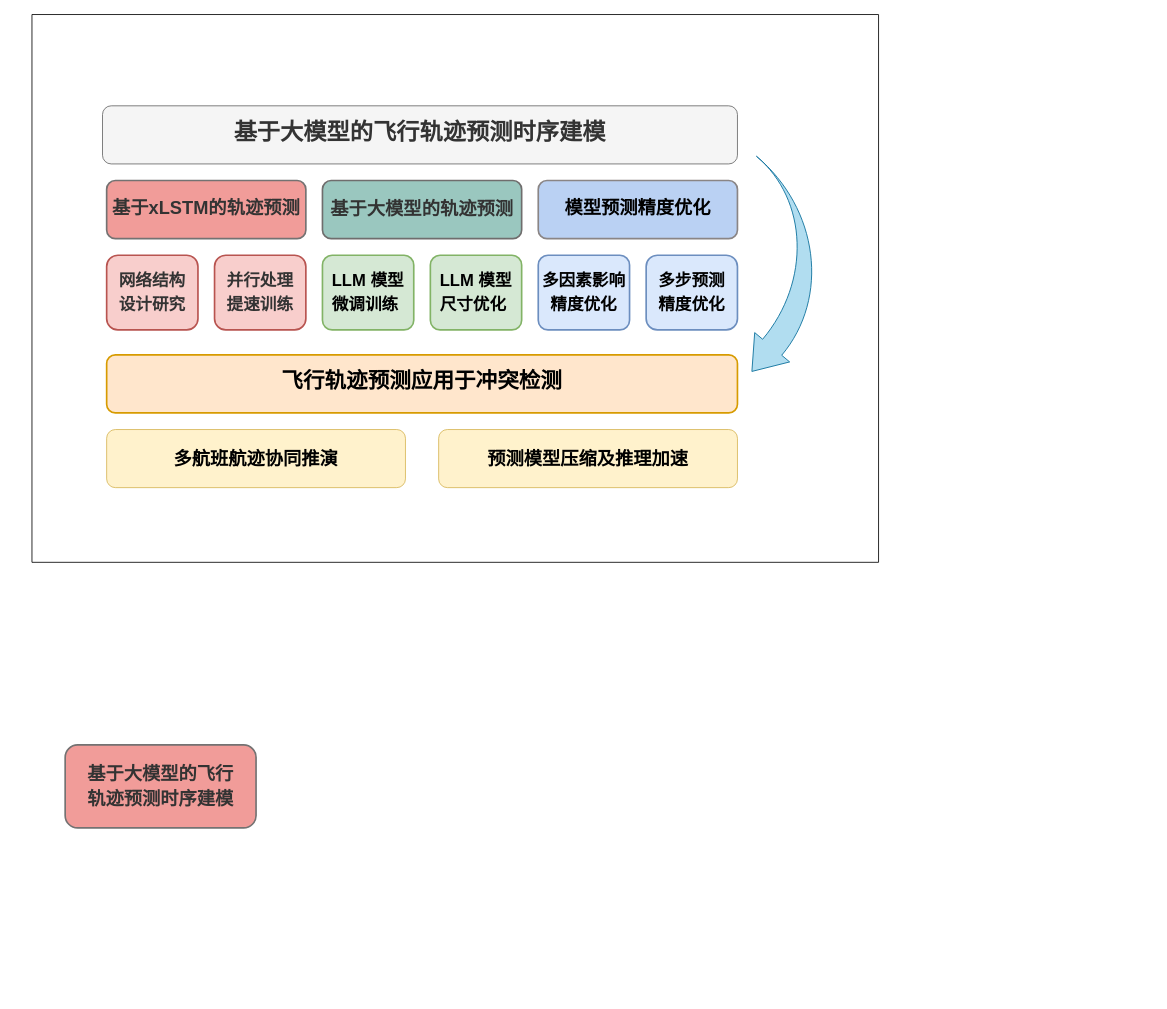
MMMayongtian/myDraw keeps this draw.io diagram as 未命名绘图.drawio. Above is the earlier version. Source tidied: cells renumbered, new cells numbered last; positions are measured from the earlier drawing's top-left corner, leaving out a move shared by most shapes. Both pictures are drawn from the tidied source at 83%, with x=0, y=0 at pixel (32, 14).
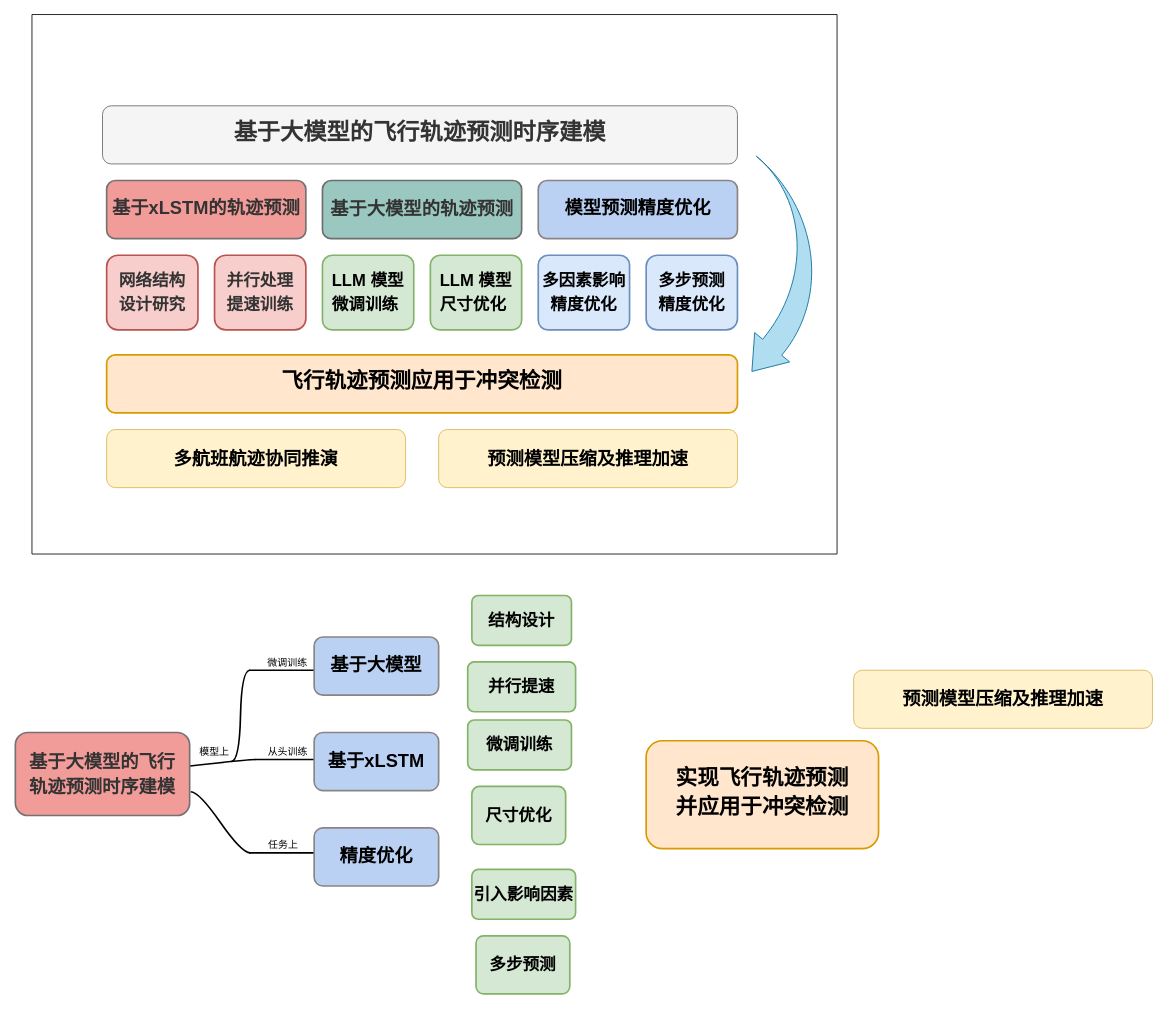
The same diagram, later.

Commit message (it also covers changes not shown here):
更新未命名绘图.drawio

Diff of the diagram source:
```diff
@@
     <mxCell id="2" style="verticalLabelPosition=bottom;verticalAlign=top;html=1;shape=mxgraph.basic.rect;fillColor2=none;strokeWidth=1;size=20;indent=5;" parent="1" vertex="1">
-      <mxGeometry width="1020" height="660" as="geometry" />
+      <mxGeometry width="970" height="650" as="geometry" />
     </mxCell>
@@
+    <mxCell id="18" value="&lt;div style=&quot;font-size: medium; text-align: start;&quot;&gt;&lt;/div&gt;&lt;div style=&quot;font-size: 20px; text-align: start;&quot; class=&quot;document&quot;&gt;&lt;div class=&quot;section&quot;&gt;&lt;p style=&quot;margin: 0pt; text-align: justify; line-height: 22pt;&quot; class=&quot;paragraph text-align-type-justify&quot;&gt;&lt;font face=&quot;宋体&quot;&gt;&lt;b&gt;结构设计&lt;/b&gt;&lt;/font&gt;&lt;/p&gt;&lt;/div&gt;&lt;/div&gt;" style="rounded=1;whiteSpace=wrap;html=1;fillColor=#d5e8d4;strokeColor=#82b366;arcSize=13;strokeWidth=2;" parent="1" vertex="1">
+      <mxGeometry x="530" y="700" width="120" height="60" as="geometry" />
+    </mxCell>
+    <mxCell id="19" value="&lt;div style=&quot;font-size: medium; text-align: start;&quot;&gt;&lt;/div&gt;&lt;div style=&quot;font-size: 20px; text-align: start;&quot; class=&quot;document&quot;&gt;&lt;div class=&quot;section&quot;&gt;&lt;p style=&quot;margin: 0pt; text-align: justify; line-height: 22pt;&quot; class=&quot;paragraph text-align-type-justify&quot;&gt;&lt;font face=&quot;宋体&quot;&gt;&lt;b&gt;并行提速&lt;/b&gt;&lt;/font&gt;&lt;/p&gt;&lt;/div&gt;&lt;/div&gt;" style="rounded=1;whiteSpace=wrap;html=1;fillColor=#d5e8d4;strokeColor=#82b366;arcSize=13;strokeWidth=2;" parent="1" vertex="1">
+      <mxGeometry x="525" y="780" width="130" height="60" as="geometry" />
+    </mxCell>
+    <mxCell id="20" value="&lt;div style=&quot;font-size: medium; text-align: start;&quot;&gt;&lt;/div&gt;&lt;div style=&quot;font-size: 20px; text-align: start;&quot; class=&quot;document&quot;&gt;&lt;div class=&quot;section&quot;&gt;&lt;p style=&quot;margin: 0pt; text-align: justify; line-height: 22pt;&quot; class=&quot;paragraph text-align-type-justify&quot;&gt;&lt;font face=&quot;宋体&quot;&gt;&lt;b&gt;微调训练&lt;/b&gt;&lt;/font&gt;&lt;/p&gt;&lt;/div&gt;&lt;/div&gt;" style="rounded=1;whiteSpace=wrap;html=1;fillColor=#d5e8d4;strokeColor=#82b366;arcSize=13;strokeWidth=2;" parent="1" vertex="1">
+      <mxGeometry x="525" y="850" width="125" height="60" as="geometry" />
+    </mxCell>
+    <mxCell id="21" value="&lt;div style=&quot;font-size: medium; text-align: start;&quot;&gt;&lt;/div&gt;&lt;div style=&quot;font-size: 20px; text-align: start;&quot; class=&quot;document&quot;&gt;&lt;div class=&quot;section&quot;&gt;&lt;p style=&quot;margin: 0pt; text-align: justify; line-height: 22pt;&quot; class=&quot;paragraph text-align-type-justify&quot;&gt;&lt;font face=&quot;宋体&quot;&gt;&lt;b&gt;尺寸优化&lt;/b&gt;&lt;/font&gt;&lt;/p&gt;&lt;/div&gt;&lt;/div&gt;" style="rounded=1;whiteSpace=wrap;html=1;fillColor=#d5e8d4;strokeColor=#82b366;arcSize=13;strokeWidth=2;" parent="1" vertex="1">
+      <mxGeometry x="530" y="930" width="113" height="70" as="geometry" />
+    </mxCell>
+    <mxCell id="22" value="&lt;div style=&quot;font-size: medium; text-align: start;&quot;&gt;&lt;/div&gt;&lt;div style=&quot;font-size: 20px; text-align: start;&quot; class=&quot;document&quot;&gt;&lt;div class=&quot;section&quot;&gt;&lt;p style=&quot;margin: 0pt; text-align: justify; line-height: 22pt;&quot; class=&quot;paragraph text-align-type-justify&quot;&gt;&lt;font face=&quot;宋体&quot;&gt;&lt;b&gt;引入影响因素&lt;/b&gt;&lt;/font&gt;&lt;/p&gt;&lt;/div&gt;&lt;/div&gt;" style="rounded=1;whiteSpace=wrap;html=1;fillColor=#d5e8d4;strokeColor=#82b366;arcSize=13;strokeWidth=2;" parent="1" vertex="1">
+      <mxGeometry x="530" y="1030" width="125" height="60" as="geometry" />
+    </mxCell>
+    <mxCell id="23" value="&lt;div style=&quot;font-size: medium; text-align: start;&quot;&gt;&lt;/div&gt;&lt;div style=&quot;font-size: 20px; text-align: start;&quot; class=&quot;document&quot;&gt;&lt;div class=&quot;section&quot;&gt;&lt;p style=&quot;margin: 0pt; text-align: justify; line-height: 22pt;&quot; class=&quot;paragraph text-align-type-justify&quot;&gt;&lt;font face=&quot;宋体&quot;&gt;&lt;b&gt;多步预测&lt;/b&gt;&lt;/font&gt;&lt;/p&gt;&lt;/div&gt;&lt;/div&gt;" style="rounded=1;whiteSpace=wrap;html=1;fillColor=#d5e8d4;strokeColor=#82b366;arcSize=13;strokeWidth=2;" parent="1" vertex="1">
+      <mxGeometry x="535" y="1110" width="113" height="70" as="geometry" />
+    </mxCell>
+    <mxCell id="24" value="&lt;div style=&quot;font-size: medium; text-align: start;&quot;&gt;&lt;/div&gt;&lt;div style=&quot;text-align: start;&quot; class=&quot;document&quot;&gt;&lt;div style=&quot;&quot; class=&quot;section&quot;&gt;&lt;p style=&quot;margin: 0pt; text-align: justify; font-family: 等线; line-height: 22pt;&quot; class=&quot;paragraph text-align-type-justify&quot;&gt;&lt;span style=&quot;font-family: 宋体; font-weight: bold; letter-spacing: 0pt; vertical-align: baseline;&quot;&gt;&lt;font style=&quot;font-size: 26px;&quot;&gt;实现飞行轨迹预测&lt;/font&gt;&lt;/span&gt;&lt;/p&gt;&lt;p style=&quot;margin: 0pt; text-align: justify; font-family: 等线; line-height: 22pt;&quot; class=&quot;paragraph text-align-type-justify&quot;&gt;&lt;span style=&quot;font-family: 宋体; font-weight: bold; letter-spacing: 0pt; vertical-align: baseline;&quot;&gt;&lt;font style=&quot;font-size: 26px;&quot;&gt;并应用于冲突检测&lt;/font&gt;&lt;/span&gt;&lt;/p&gt;&lt;/div&gt;&lt;/div&gt;" style="rounded=1;whiteSpace=wrap;html=1;fillColor=#ffe6cc;strokeColor=#d79b00;strokeWidth=2;" parent="1" vertex="1">
+      <mxGeometry x="740" y="875" width="280" height="130" as="geometry" />
+    </mxCell>
+    <mxCell id="25" value="&lt;div style=&quot;font-size: medium; text-align: start;&quot;&gt;&lt;/div&gt;&lt;div style=&quot;text-align: start;&quot; class=&quot;document&quot;&gt;&lt;div style=&quot;font-size: 22px;&quot; class=&quot;section&quot;&gt;&lt;p style=&quot;margin: 0pt; text-align: justify; line-height: 22pt;&quot; class=&quot;paragraph text-align-type-justify&quot;&gt;&lt;font style=&quot;font-size: 22px;&quot; face=&quot;宋体&quot;&gt;&lt;span style=&quot;&quot;&gt;&lt;b&gt;预测模型压缩&lt;/b&gt;&lt;/span&gt;&lt;/font&gt;&lt;b style=&quot;font-family: 宋体; background-color: initial;&quot;&gt;及推理加速&lt;/b&gt;&lt;/p&gt;&lt;/div&gt;&lt;/div&gt;" style="rounded=1;whiteSpace=wrap;html=1;fillColor=#fff2cc;strokeColor=#d6b656;" parent="1" vertex="1">
+      <mxGeometry x="990" y="790" width="360" height="70" as="geometry" />
+    </mxCell>
+    <mxCell id="26" value="微调训练" style="whiteSpace=wrap;html=1;shape=partialRectangle;top=0;left=0;bottom=1;right=0;fillColor=none;align=center;verticalAlign=bottom;routingCenterY=0.5;newEdgeStyle={&quot;edgeStyle&quot;:&quot;entityRelationEdgeStyle&quot;,&quot;startArrow&quot;:&quot;none&quot;,&quot;endArrow&quot;:&quot;none&quot;,&quot;segment&quot;:10,&quot;curved&quot;:1,&quot;sourcePerimeterSpacing&quot;:0,&quot;targetPerimeterSpacing&quot;:0};strokeWidth=2;" parent="1" vertex="1">
+      <mxGeometry x="262.5" y="760" width="90" height="30" as="geometry" />
+    </mxCell>
+    <mxCell id="27" style="edgeStyle=entityRelationEdgeStyle;startArrow=none;endArrow=none;segment=10;curved=1;sourcePerimeterSpacing=0;targetPerimeterSpacing=0;rounded=0;strokeWidth=2;" parent="1" edge="1">
+      <mxGeometry relative="1" as="geometry">
+        <mxPoint x="240" y="900" as="sourcePoint" />
+        <mxPoint x="262.5" y="790" as="targetPoint" />
+        <Array as="points">
+          <mxPoint x="217.3" y="890" />
+          <mxPoint x="237.3" y="900" />
+          <mxPoint x="317.3" y="890" />
+        </Array>
+      </mxGeometry>
+    </mxCell>
+    <mxCell id="28" value="从头训练" style="whiteSpace=wrap;html=1;shape=partialRectangle;top=0;left=0;bottom=1;right=0;fillColor=none;align=center;verticalAlign=bottom;routingCenterY=0.5;newEdgeStyle={&quot;edgeStyle&quot;:&quot;entityRelationEdgeStyle&quot;,&quot;startArrow&quot;:&quot;none&quot;,&quot;endArrow&quot;:&quot;none&quot;,&quot;segment&quot;:10,&quot;curved&quot;:1,&quot;sourcePerimeterSpacing&quot;:0,&quot;targetPerimeterSpacing&quot;:0};strokeWidth=2;" parent="1" vertex="1">
+      <mxGeometry x="270.5" y="867.6" width="75" height="30" as="geometry" />
+    </mxCell>
+    <mxCell id="29" style="edgeStyle=entityRelationEdgeStyle;startArrow=none;endArrow=none;segment=10;curved=1;sourcePerimeterSpacing=0;targetPerimeterSpacing=0;rounded=0;entryX=0;entryY=1;entryDx=0;entryDy=0;exitX=1.021;exitY=0.507;exitDx=0;exitDy=0;exitPerimeter=0;strokeWidth=2;" parent="1" edge="1">
+      <mxGeometry relative="1" as="geometry">
+        <mxPoint x="154.4" y="908.4" as="sourcePoint" />
+        <mxPoint x="270" y="897.6" as="targetPoint" />
+        <Array as="points">
+          <mxPoint x="230" y="917.6" />
+          <mxPoint x="310" y="907.6" />
+        </Array>
+      </mxGeometry>
+    </mxCell>
+    <mxCell id="30" value="任务上" style="whiteSpace=wrap;html=1;shape=partialRectangle;top=0;left=0;bottom=1;right=0;points=[[0,1],[1,1]];fillColor=none;align=center;verticalAlign=bottom;routingCenterY=0.5;snapToPoint=1;newEdgeStyle={&quot;edgeStyle&quot;:&quot;entityRelationEdgeStyle&quot;,&quot;startArrow&quot;:&quot;none&quot;,&quot;endArrow&quot;:&quot;none&quot;,&quot;segment&quot;:10,&quot;curved&quot;:1,&quot;sourcePerimeterSpacing&quot;:0,&quot;targetPerimeterSpacing&quot;:0};strokeWidth=2;" parent="1" vertex="1" collapsed="1">
+      <mxGeometry x="262.5" y="980" width="80" height="30" as="geometry" />
+    </mxCell>
+    <mxCell id="31" style="edgeStyle=entityRelationEdgeStyle;startArrow=none;endArrow=none;segment=10;curved=1;sourcePerimeterSpacing=0;targetPerimeterSpacing=0;rounded=0;exitX=1.006;exitY=0.714;exitDx=0;exitDy=0;exitPerimeter=0;strokeWidth=2;" parent="1" edge="1" source="17" target="30">
+      <mxGeometry relative="1" as="geometry" />
+    </mxCell>
     <mxCell id="17" value="&lt;div style=&quot;font-size: medium; text-align: start;&quot;&gt;&lt;/div&gt;&lt;div style=&quot;text-align: start; font-size: 22px;&quot; class=&quot;document&quot;&gt;&lt;div style=&quot;&quot; class=&quot;section&quot;&gt;&lt;p style=&quot;margin: 0pt; text-align: justify; font-family: 等线; line-height: 22pt;&quot; class=&quot;paragraph text-align-type-justify&quot;&gt;&lt;span style=&quot;color: rgb(51, 51, 51); font-family: 宋体; font-weight: 700;&quot;&gt;&lt;font style=&quot;font-size: 22px;&quot;&gt;基于大模型的&lt;/font&gt;&lt;/span&gt;&lt;span style=&quot;color: rgb(51, 51, 51); font-family: 宋体; font-weight: 700; background-color: initial;&quot;&gt;飞行&lt;/span&gt;&lt;/p&gt;&lt;p style=&quot;margin: 0pt; text-align: justify; font-family: 等线; line-height: 22pt;&quot; class=&quot;paragraph text-align-type-justify&quot;&gt;&lt;span style=&quot;color: rgb(51, 51, 51); font-family: 宋体; font-weight: 700; background-color: initial;&quot;&gt;轨迹预测时序建模&lt;/span&gt;&lt;/p&gt;&lt;/div&gt;&lt;/div&gt;" style="rounded=1;whiteSpace=wrap;html=1;fillColor=#f19c99;strokeColor=#747272;strokeWidth=2;" parent="1" vertex="1">
-      <mxGeometry x="40" y="880" width="230" height="100" as="geometry" />
+      <mxGeometry x="-20" y="865" width="210" height="100" as="geometry" />
     </mxCell>
+    <mxCell id="32" value="&lt;font face=&quot;宋体&quot;&gt;&lt;span style=&quot;font-size: 22px;&quot;&gt;&lt;b&gt;精度优化&lt;/b&gt;&lt;/span&gt;&lt;/font&gt;" style="rounded=1;whiteSpace=wrap;html=1;fillColor=#bad1f3;strokeColor=#8a8585;strokeWidth=2;" parent="1" vertex="1">
+      <mxGeometry x="340" y="980" width="150" height="70" as="geometry" />
+    </mxCell>
+    <mxCell id="33" value="&lt;b style=&quot;font-family: 宋体; font-size: 22px;&quot;&gt;基于大模型&lt;/b&gt;" style="rounded=1;whiteSpace=wrap;html=1;fillColor=#bad1f3;strokeColor=#8a8585;strokeWidth=2;" parent="1" vertex="1">
+      <mxGeometry x="340" y="750" width="150" height="70" as="geometry" />
+    </mxCell>
+    <mxCell id="34" value="&lt;b style=&quot;font-family: 宋体; font-size: 22px;&quot;&gt;基于xLSTM&lt;/b&gt;" style="rounded=1;whiteSpace=wrap;html=1;fillColor=#bad1f3;strokeColor=#8a8585;strokeWidth=2;" parent="1" vertex="1">
+      <mxGeometry x="340" y="865" width="150" height="70" as="geometry" />
+    </mxCell>
+    <mxCell id="35" value="&lt;span style=&quot;color: rgb(0, 0, 0); font-family: Helvetica; font-size: 12px; font-style: normal; font-variant-ligatures: normal; font-variant-caps: normal; font-weight: 400; letter-spacing: normal; orphans: 2; text-align: center; text-indent: 0px; text-transform: none; widows: 2; word-spacing: 0px; -webkit-text-stroke-width: 0px; white-space: normal; background-color: rgb(251, 251, 251); text-decoration-thickness: initial; text-decoration-style: initial; text-decoration-color: initial; display: inline !important; float: none;&quot;&gt;模型上&lt;/span&gt;" style="text;whiteSpace=wrap;html=1;" parent="1" vertex="1">
+      <mxGeometry x="200" y="875" width="70" height="40" as="geometry" />
+    </mxCell>
```
